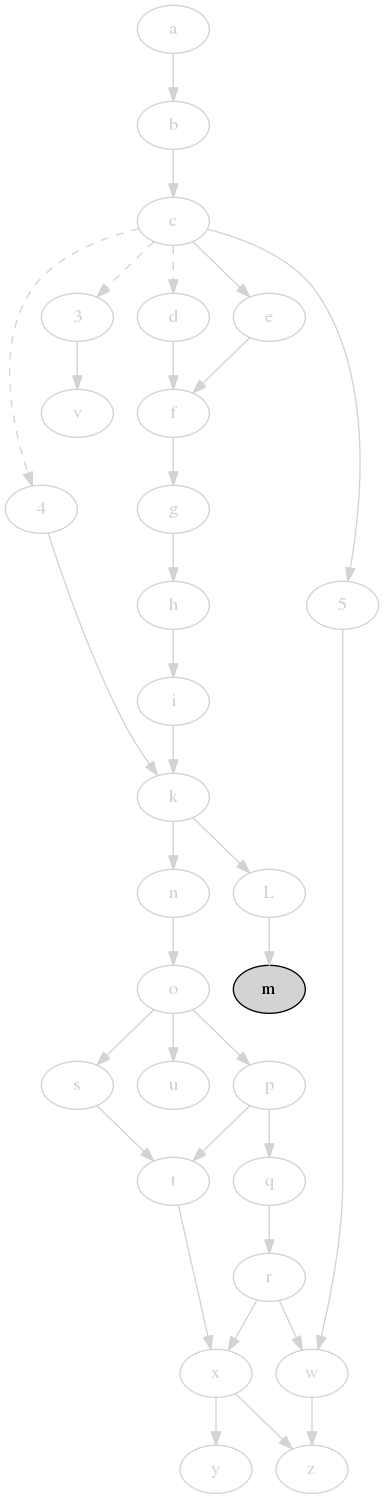
Above: svm-startup-deps.png in jdmpapin/svm-startup-deps (Graphviz), before the change. Its source is kept beside it as svm-startup-deps.dot.
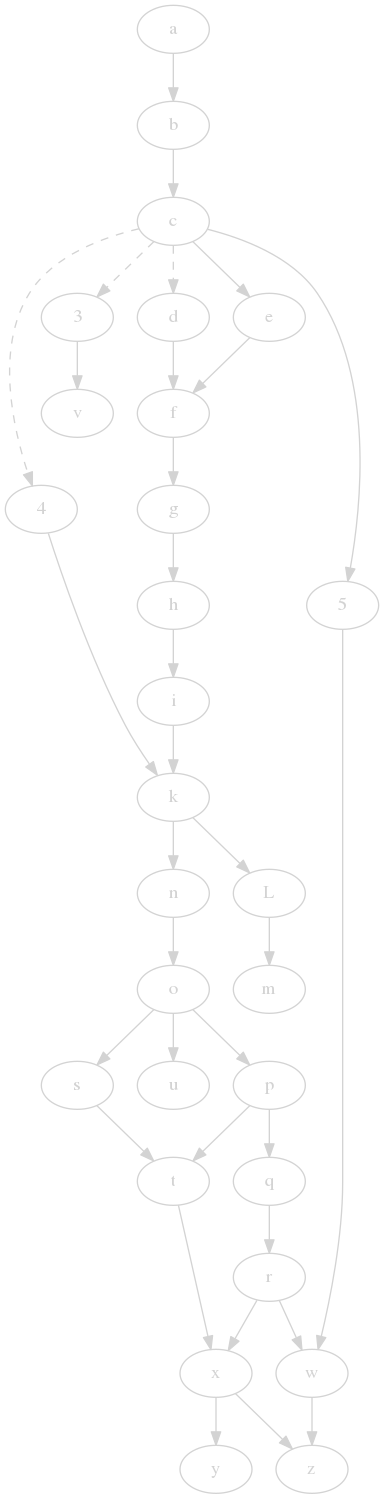
The same diagram one commit later.

Commit message:
Close m - the last one!

Change to the diagram source:
```diff
@@ -13,7 +13,7 @@
     i [color=lightgrey,fontcolor=lightgrey];
     k [color=lightgrey,fontcolor=lightgrey];
     L [color=lightgrey,fontcolor=lightgrey];
-    m [style=filled,fillcolor=lightgrey];
+    m [color=lightgrey,fontcolor=lightgrey];
     5 [color=lightgrey,fontcolor=lightgrey];
     n [color=lightgrey,fontcolor=lightgrey];
     o [color=lightgrey,fontcolor=lightgrey];
```
